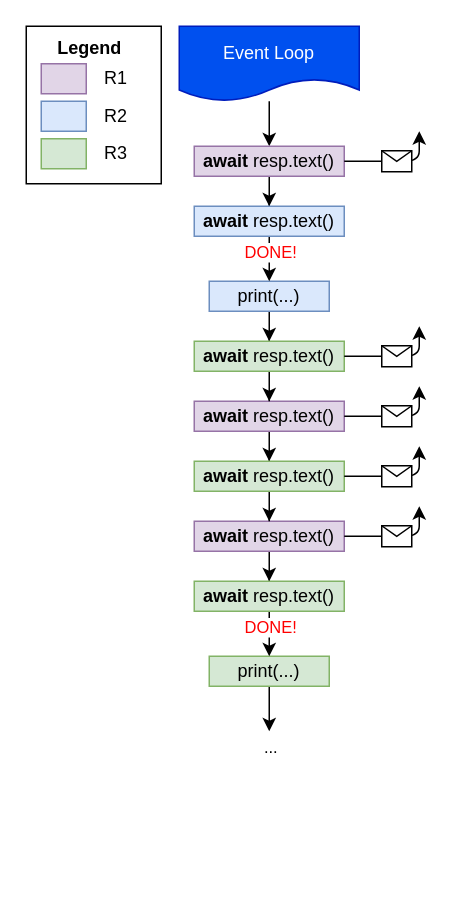
This is page "EventLoopDeciding" (5 of 6) of posts/2021/2021-05-29-python-async/diagrams.drawio from guilatrova/latrovacommits-articles, a draw.io file, before an edit. Source tidied: cells renumbered, new cells numbered last; positions are measured from the earlier drawing's top-left corner, leaving out a move shared by most shapes. Both pictures are drawn from the tidied source at 150%, with x=0, y=0 at pixel (26, 26).
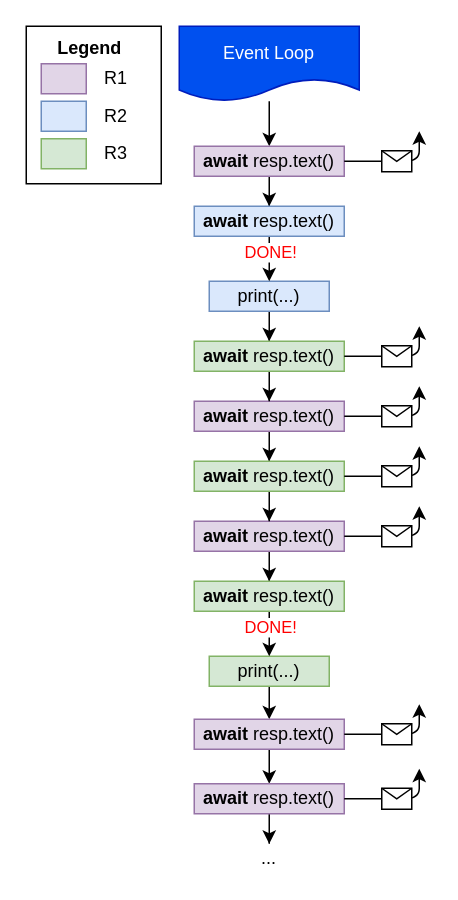
The same page after the edit.

Unchanged cells that the change refers to:
```xml
<mxCell id="39" value="print(...)" style="rounded=0;whiteSpace=wrap;html=1;fillColor=#d5e8d4;strokeColor=#82b366;" parent="1" vertex="1">
  <mxGeometry x="122" y="420" width="80" height="20" as="geometry" />
</mxCell>
```

Diff of the diagram source:
```diff
@@
-    <mxCell id="18" style="edgeStyle=orthogonalEdgeStyle;rounded=0;jettySize=auto;html=1;strokeColor=#000000;exitX=0.5;exitY=1;exitDx=0;exitDy=0;" parent="1" edge="1" source="39">
-      <mxGeometry relative="1" as="geometry">
-        <mxPoint x="162" y="470" as="targetPoint" />
-      </mxGeometry>
+    <mxCell id="18" style="edgeStyle=orthogonalEdgeStyle;rounded=0;jettySize=auto;html=1;strokeColor=#000000;exitX=0.5;exitY=1;exitDx=0;exitDy=0;entryX=0.5;entryY=0;entryDx=0;entryDy=0;" parent="1" edge="1" source="39" target="44">
+      <mxGeometry relative="1" as="geometry" />
     </mxCell>
-    <mxCell id="19" value="..." style="edgeLabel;html=1;align=center;verticalAlign=middle;points=[];" parent="18" vertex="1">
-      <mxGeometry x="0.78" y="1" relative="1" as="geometry">
-        <mxPoint x="-1" y="13" as="offset" />
-      </mxGeometry>
-    </mxCell>
@@
+    <mxCell id="43" style="edgeStyle=orthogonalEdgeStyle;rounded=0;jettySize=auto;html=1;entryX=0.5;entryY=0;entryDx=0;entryDy=0;" parent="1" edge="1" source="44" target="48">
+      <mxGeometry relative="1" as="geometry" />
+    </mxCell>
+    <mxCell id="44" value="&lt;b&gt;await&lt;/b&gt; resp.text()" style="rounded=0;whiteSpace=wrap;html=1;fillColor=#e1d5e7;strokeColor=#9673a6;" parent="1" vertex="1">
+      <mxGeometry x="112" y="462" width="100" height="20" as="geometry" />
+    </mxCell>
+    <mxCell id="45" style="endArrow=classic;html=1;exitX=1;exitY=0.5;exitDx=0;exitDy=0;fillColor=#dae8fc;" parent="1" edge="1" source="44">
+      <mxGeometry relative="1" as="geometry">
+        <mxPoint x="262" y="452" as="targetPoint" />
+        <Array as="points">
+          <mxPoint x="262" y="472" />
+        </Array>
+      </mxGeometry>
+    </mxCell>
+    <mxCell id="46" style="shape=message;html=1;" parent="45" vertex="1">
+      <mxGeometry width="20" height="14" relative="1" as="geometry">
+        <mxPoint x="-10" y="-7" as="offset" />
+      </mxGeometry>
+    </mxCell>
+    <mxCell id="47" style="edgeStyle=orthogonalEdgeStyle;rounded=0;jettySize=auto;html=1;entryX=0.5;entryY=0;entryDx=0;entryDy=0;" parent="1" edge="1" source="48" target="19">
+      <mxGeometry relative="1" as="geometry" />
+    </mxCell>
+    <mxCell id="48" value="&lt;b&gt;await&lt;/b&gt; resp.text()" style="rounded=0;whiteSpace=wrap;html=1;fillColor=#e1d5e7;strokeColor=#9673a6;" parent="1" vertex="1">
+      <mxGeometry x="112" y="505" width="100" height="20" as="geometry" />
+    </mxCell>
+    <mxCell id="49" style="endArrow=classic;html=1;exitX=1;exitY=0.5;exitDx=0;exitDy=0;fillColor=#dae8fc;" parent="1" edge="1" source="48">
+      <mxGeometry relative="1" as="geometry">
+        <mxPoint x="262" y="495" as="targetPoint" />
+        <Array as="points">
+          <mxPoint x="262" y="515" />
+        </Array>
+      </mxGeometry>
+    </mxCell>
+    <mxCell id="50" style="shape=message;html=1;" parent="49" vertex="1">
+      <mxGeometry width="20" height="14" relative="1" as="geometry">
+        <mxPoint x="-10" y="-7" as="offset" />
+      </mxGeometry>
+    </mxCell>
+    <mxCell id="19" value="..." style="text;html=1;strokeColor=none;fillColor=none;align=center;verticalAlign=middle;whiteSpace=wrap;rounded=0;" parent="1" vertex="1">
+      <mxGeometry x="142" y="545" width="40" height="20" as="geometry" />
+    </mxCell>
```
